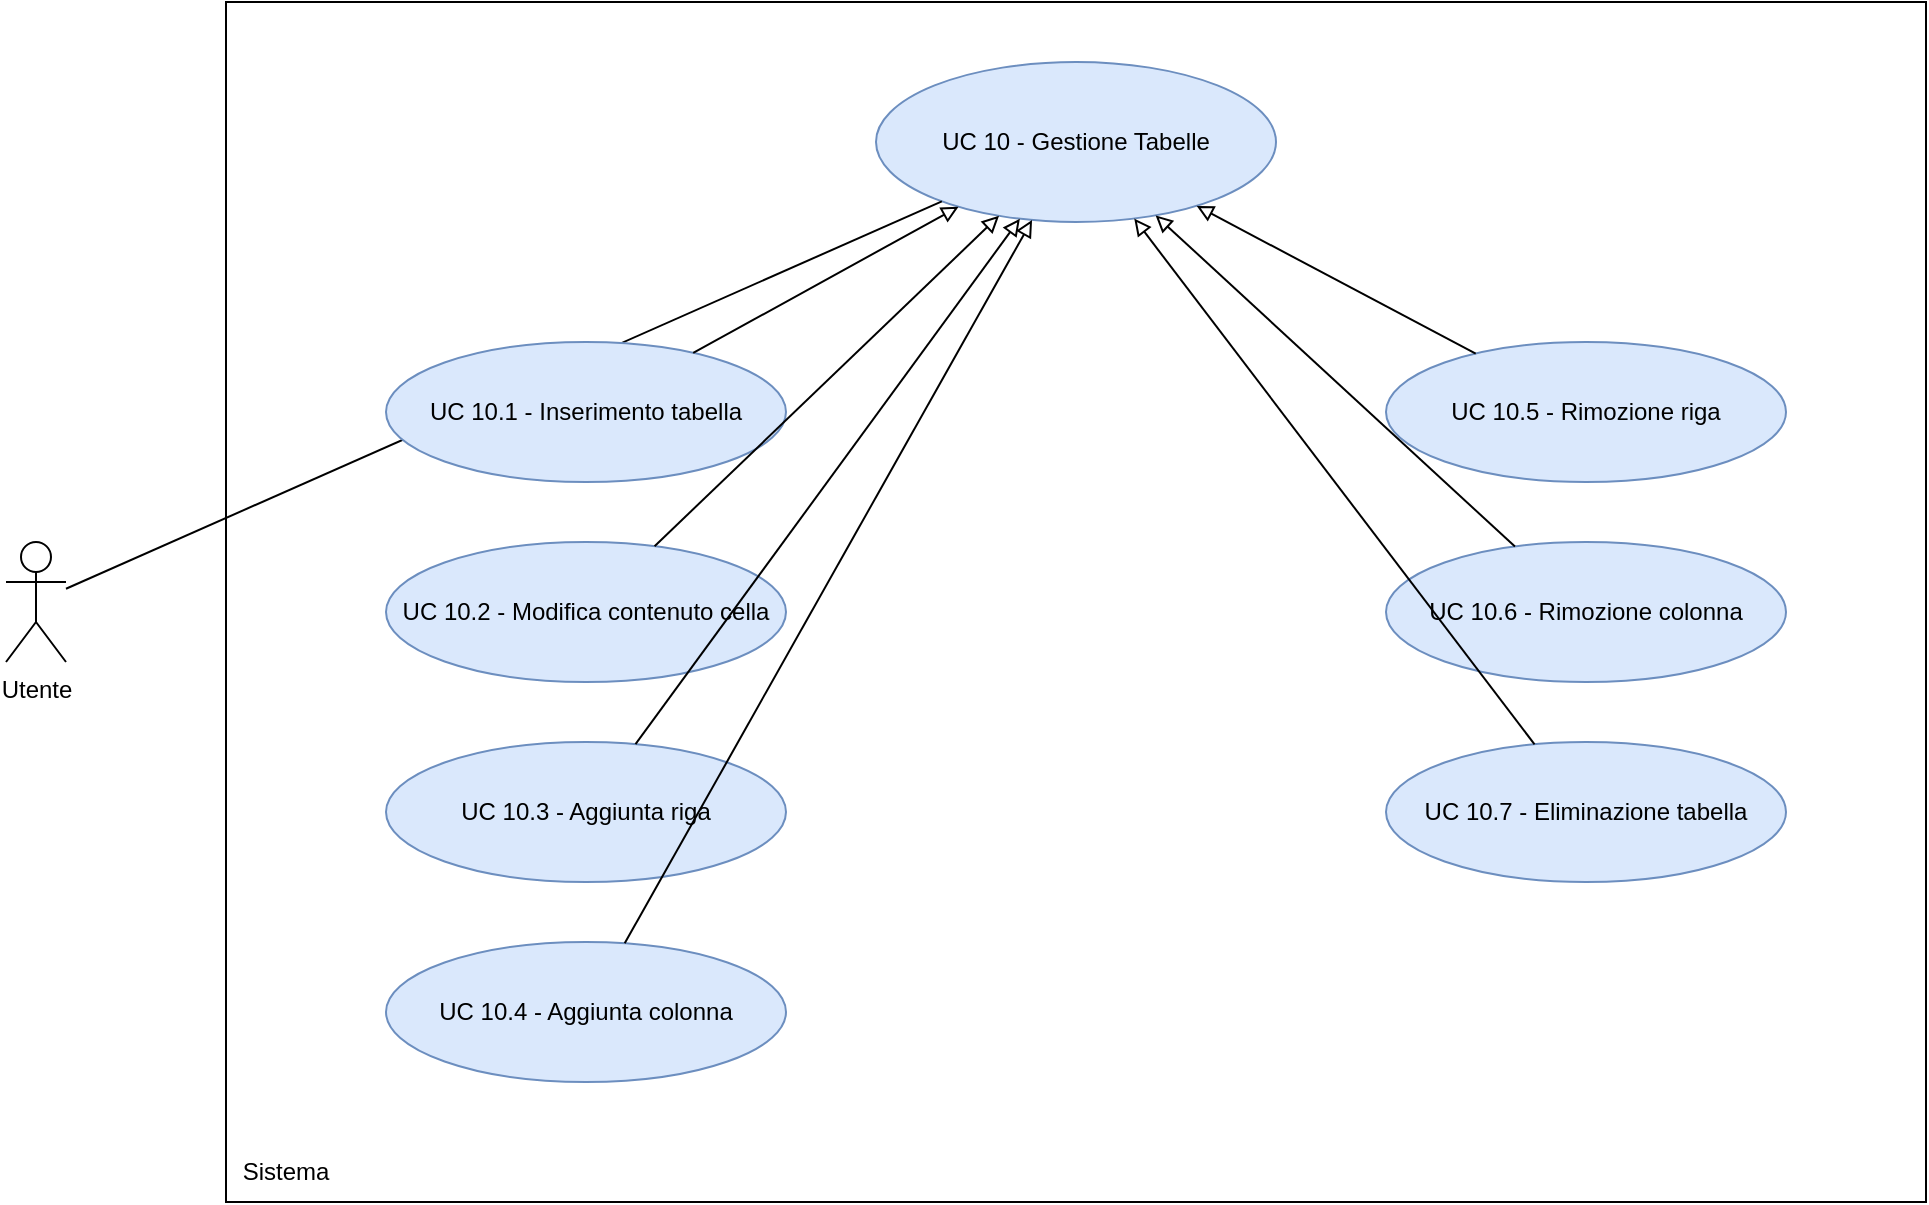
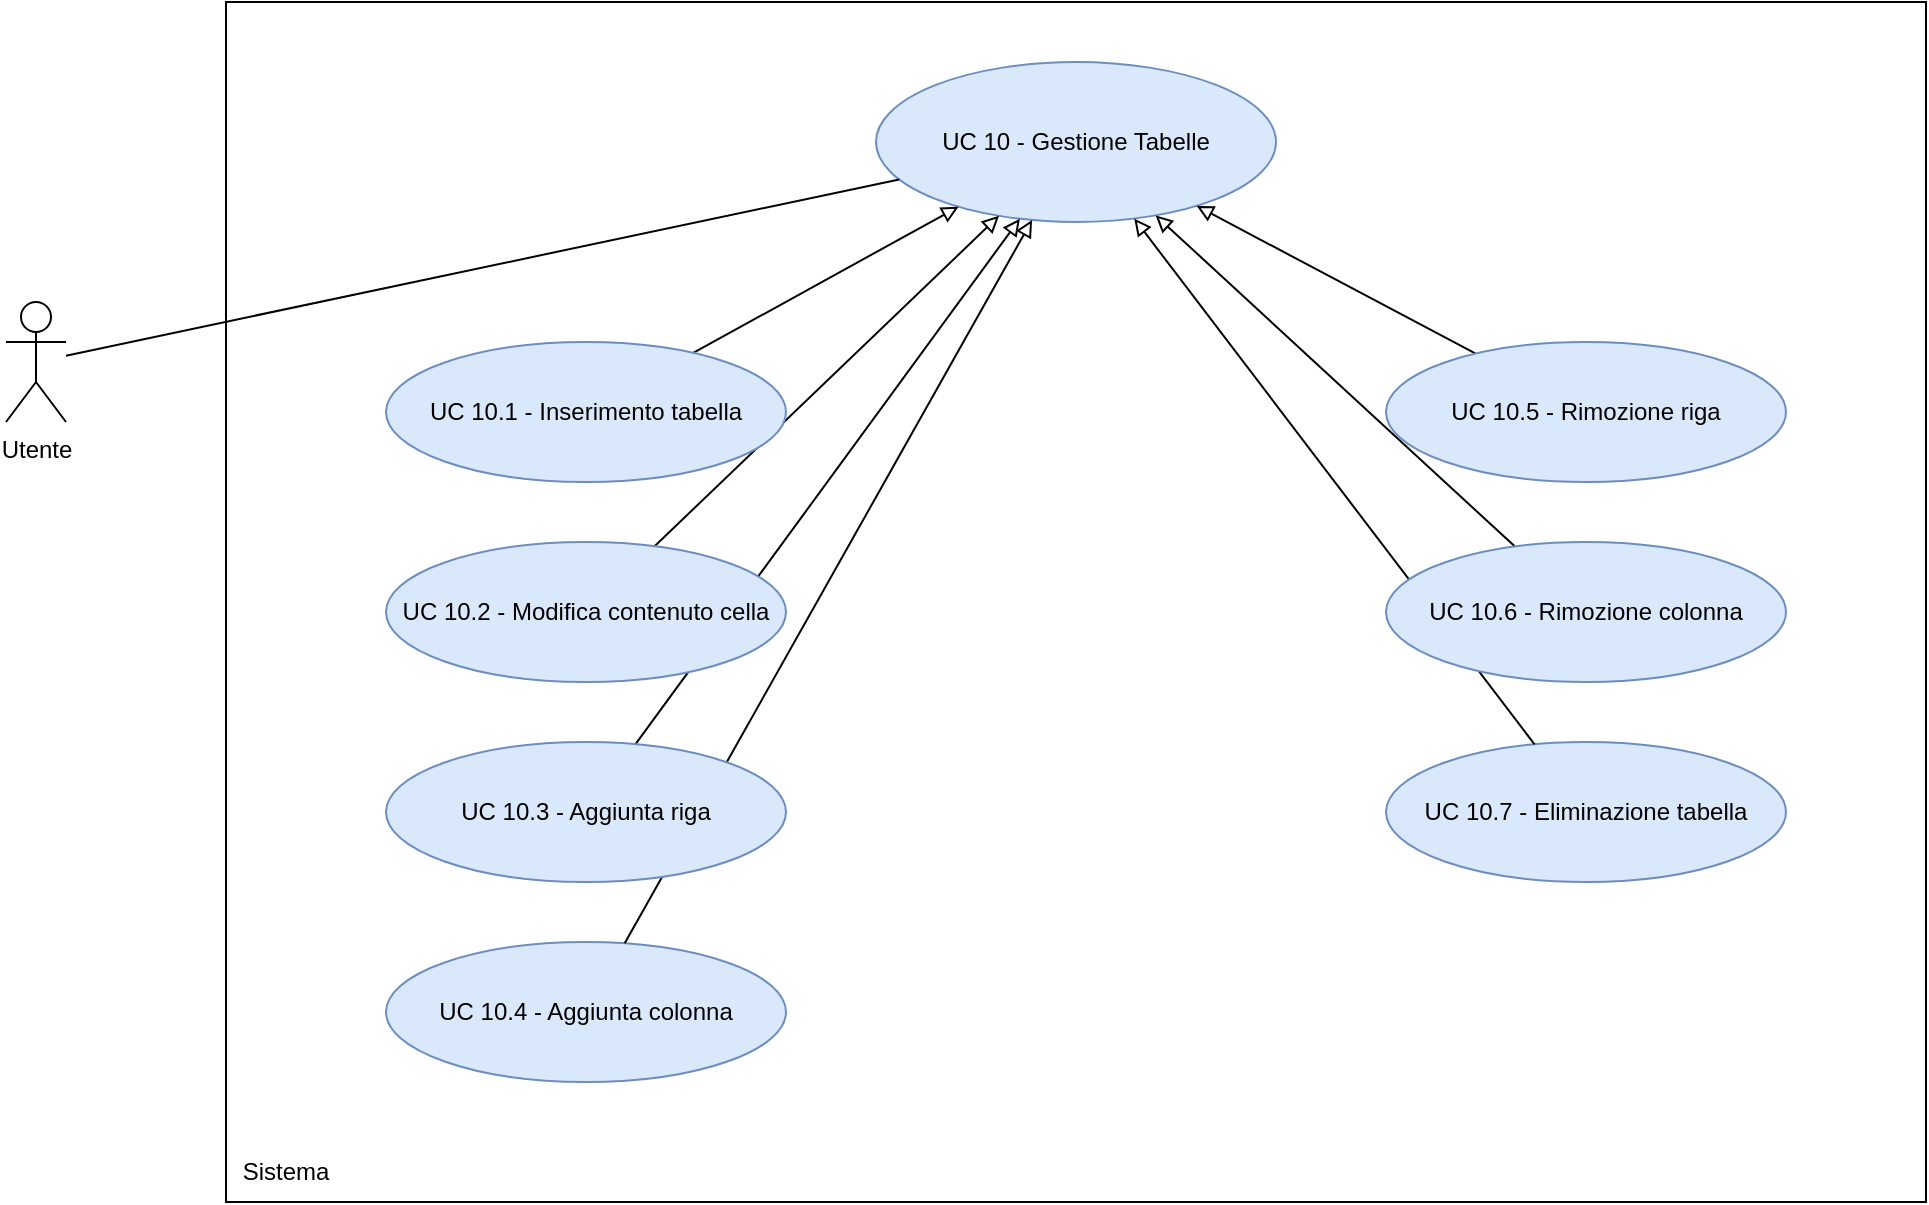
<mxfile host="app.diagrams.net">
  <diagram name="UC 11 - Gestione Codice" id="Kt2Dgr2KxfvWRwyXOeAN">
-     <mxGraphModel dx="1483" dy="1032" grid="1" gridSize="10" guides="1" tooltips="1" connect="1" arrows="1" fold="1" page="1" pageScale="1" pageWidth="850" pageHeight="1100" math="0" shadow="0">
+     <mxGraphModel dx="2484" dy="1032" grid="1" gridSize="10" guides="1" tooltips="1" connect="1" arrows="1" fold="1" page="1" pageScale="1" pageWidth="850" pageHeight="1100" math="0" shadow="0">
      <root>
        <mxCell id="0" />
        <mxCell id="1" parent="0" />
-         <mxCell id="RaLqJGYHGWQkEpiDzxTo-469" parent="1" style="shape=umlActor;verticalLabelPosition=bottom;verticalAlign=top;html=1;outlineConnect=0;" value="Utente" vertex="1">
-           <mxGeometry height="60" width="30" x="50" y="520" as="geometry" />
+         <mxCell id="p2sep0m7qQ60FvVHNfT_-612" parent="1" style="shape=umlActor;verticalLabelPosition=bottom;verticalAlign=top;html=1;outlineConnect=0;" value="Utente" vertex="1">
+           <mxGeometry height="60" width="30" x="-220" y="230" as="geometry" />
        </mxCell>
-         <mxCell id="RaLqJGYHGWQkEpiDzxTo-470" parent="1" style="whiteSpace=wrap;html=1;aspect=fixed;" value="" vertex="1">
-           <mxGeometry height="600" width="850" x="160" y="250" as="geometry" />
+         <mxCell id="p2sep0m7qQ60FvVHNfT_-613" parent="1" style="whiteSpace=wrap;html=1;aspect=fixed;" value="" vertex="1">
+           <mxGeometry height="600" width="850" x="-110" y="80" as="geometry" />
        </mxCell>
-         <mxCell id="RaLqJGYHGWQkEpiDzxTo-471" parent="1" style="text;html=1;whiteSpace=wrap;strokeColor=none;fillColor=none;align=center;verticalAlign=middle;rounded=0;" value="Sistema" vertex="1">
-           <mxGeometry height="30" width="60" x="160" y="820" as="geometry" />
+         <mxCell id="p2sep0m7qQ60FvVHNfT_-614" parent="1" style="text;html=1;whiteSpace=wrap;strokeColor=none;fillColor=none;align=center;verticalAlign=middle;rounded=0;" value="Sistema" vertex="1">
+           <mxGeometry height="30" width="60" x="-110" y="650" as="geometry" />
        </mxCell>
-         <mxCell id="RaLqJGYHGWQkEpiDzxTo-472" parent="1" style="ellipse;whiteSpace=wrap;html=1;fillColor=#dae8fc;strokeColor=#6c8ebf;" value="UC 10 - Gestione Tabelle" vertex="1">
-           <mxGeometry height="80" width="200" x="485" y="280" as="geometry" />
+         <mxCell id="p2sep0m7qQ60FvVHNfT_-615" parent="1" style="ellipse;whiteSpace=wrap;html=1;fillColor=#dae8fc;strokeColor=#6c8ebf;" value="UC 10 - Gestione Tabelle" vertex="1">
+           <mxGeometry height="80" width="200" x="215" y="110" as="geometry" />
        </mxCell>
-         <mxCell id="RaLqJGYHGWQkEpiDzxTo-473" edge="1" parent="1" source="RaLqJGYHGWQkEpiDzxTo-469" style="edgeStyle=none;rounded=0;orthogonalLoop=1;jettySize=auto;html=1;endArrow=none;endFill=0;" target="RaLqJGYHGWQkEpiDzxTo-472">
+         <mxCell id="p2sep0m7qQ60FvVHNfT_-616" edge="1" parent="1" source="p2sep0m7qQ60FvVHNfT_-612" style="edgeStyle=none;rounded=0;orthogonalLoop=1;jettySize=auto;html=1;endArrow=none;endFill=0;" target="p2sep0m7qQ60FvVHNfT_-615">
          <mxGeometry relative="1" as="geometry" />
        </mxCell>
-         <mxCell id="RaLqJGYHGWQkEpiDzxTo-474" parent="1" style="ellipse;whiteSpace=wrap;html=1;fillColor=#dae8fc;strokeColor=#6c8ebf;" value="UC 10.1 - Inserimento tabella" vertex="1">
-           <mxGeometry height="70" width="200" x="240" y="420" as="geometry" />
-         </mxCell>
-         <mxCell id="RaLqJGYHGWQkEpiDzxTo-475" edge="1" parent="1" source="RaLqJGYHGWQkEpiDzxTo-474" style="edgeStyle=none;rounded=0;orthogonalLoop=1;jettySize=auto;html=1;endArrow=block;endFill=0;" target="RaLqJGYHGWQkEpiDzxTo-472">
+         <mxCell id="p2sep0m7qQ60FvVHNfT_-618" edge="1" parent="1" source="p2sep0m7qQ60FvVHNfT_-617" style="edgeStyle=none;rounded=0;orthogonalLoop=1;jettySize=auto;html=1;endArrow=block;endFill=0;" target="p2sep0m7qQ60FvVHNfT_-615">
          <mxGeometry relative="1" as="geometry" />
        </mxCell>
-         <mxCell id="RaLqJGYHGWQkEpiDzxTo-476" parent="1" style="ellipse;whiteSpace=wrap;html=1;fillColor=#dae8fc;strokeColor=#6c8ebf;" value="UC 10.2 - Modifica contenuto cella" vertex="1">
-           <mxGeometry height="70" width="200" x="240" y="520" as="geometry" />
-         </mxCell>
-         <mxCell id="RaLqJGYHGWQkEpiDzxTo-477" edge="1" parent="1" source="RaLqJGYHGWQkEpiDzxTo-476" style="edgeStyle=none;rounded=0;orthogonalLoop=1;jettySize=auto;html=1;endArrow=block;endFill=0;" target="RaLqJGYHGWQkEpiDzxTo-472">
+         <mxCell id="p2sep0m7qQ60FvVHNfT_-620" edge="1" parent="1" source="p2sep0m7qQ60FvVHNfT_-619" style="edgeStyle=none;rounded=0;orthogonalLoop=1;jettySize=auto;html=1;endArrow=block;endFill=0;" target="p2sep0m7qQ60FvVHNfT_-615">
          <mxGeometry relative="1" as="geometry" />
        </mxCell>
-         <mxCell id="RaLqJGYHGWQkEpiDzxTo-478" parent="1" style="ellipse;whiteSpace=wrap;html=1;fillColor=#dae8fc;strokeColor=#6c8ebf;" value="UC 10.3 - Aggiunta riga" vertex="1">
-           <mxGeometry height="70" width="200" x="240" y="620" as="geometry" />
-         </mxCell>
-         <mxCell id="RaLqJGYHGWQkEpiDzxTo-479" edge="1" parent="1" source="RaLqJGYHGWQkEpiDzxTo-478" style="edgeStyle=none;rounded=0;orthogonalLoop=1;jettySize=auto;html=1;endArrow=block;endFill=0;" target="RaLqJGYHGWQkEpiDzxTo-472">
+         <mxCell id="p2sep0m7qQ60FvVHNfT_-622" edge="1" parent="1" source="p2sep0m7qQ60FvVHNfT_-621" style="edgeStyle=none;rounded=0;orthogonalLoop=1;jettySize=auto;html=1;endArrow=block;endFill=0;" target="p2sep0m7qQ60FvVHNfT_-615">
          <mxGeometry relative="1" as="geometry" />
        </mxCell>
-         <mxCell id="RaLqJGYHGWQkEpiDzxTo-480" parent="1" style="ellipse;whiteSpace=wrap;html=1;fillColor=#dae8fc;strokeColor=#6c8ebf;" value="UC 10.4 - Aggiunta colonna" vertex="1">
-           <mxGeometry height="70" width="200" x="240" y="720" as="geometry" />
+         <mxCell id="p2sep0m7qQ60FvVHNfT_-623" parent="1" style="ellipse;whiteSpace=wrap;html=1;fillColor=#dae8fc;strokeColor=#6c8ebf;" value="UC 10.4 - Aggiunta colonna" vertex="1">
+           <mxGeometry height="70" width="200" x="-30" y="550" as="geometry" />
        </mxCell>
-         <mxCell id="RaLqJGYHGWQkEpiDzxTo-481" edge="1" parent="1" source="RaLqJGYHGWQkEpiDzxTo-480" style="edgeStyle=none;rounded=0;orthogonalLoop=1;jettySize=auto;html=1;endArrow=block;endFill=0;" target="RaLqJGYHGWQkEpiDzxTo-472">
+         <mxCell id="p2sep0m7qQ60FvVHNfT_-624" edge="1" parent="1" source="p2sep0m7qQ60FvVHNfT_-623" style="edgeStyle=none;rounded=0;orthogonalLoop=1;jettySize=auto;html=1;endArrow=block;endFill=0;" target="p2sep0m7qQ60FvVHNfT_-615">
          <mxGeometry relative="1" as="geometry" />
        </mxCell>
-         <mxCell id="RaLqJGYHGWQkEpiDzxTo-482" parent="1" style="ellipse;whiteSpace=wrap;html=1;fillColor=#dae8fc;strokeColor=#6c8ebf;" value="UC 10.5 - Rimozione riga" vertex="1">
-           <mxGeometry height="70" width="200" x="740" y="420" as="geometry" />
-         </mxCell>
-         <mxCell id="RaLqJGYHGWQkEpiDzxTo-483" edge="1" parent="1" source="RaLqJGYHGWQkEpiDzxTo-482" style="edgeStyle=none;rounded=0;orthogonalLoop=1;jettySize=auto;html=1;endArrow=block;endFill=0;" target="RaLqJGYHGWQkEpiDzxTo-472">
+         <mxCell id="p2sep0m7qQ60FvVHNfT_-626" edge="1" parent="1" source="p2sep0m7qQ60FvVHNfT_-625" style="edgeStyle=none;rounded=0;orthogonalLoop=1;jettySize=auto;html=1;endArrow=block;endFill=0;" target="p2sep0m7qQ60FvVHNfT_-615">
          <mxGeometry relative="1" as="geometry" />
        </mxCell>
-         <mxCell id="RaLqJGYHGWQkEpiDzxTo-484" parent="1" style="ellipse;whiteSpace=wrap;html=1;fillColor=#dae8fc;strokeColor=#6c8ebf;" value="UC 10.6 - Rimozione colonna" vertex="1">
-           <mxGeometry height="70" width="200" x="740" y="520" as="geometry" />
-         </mxCell>
-         <mxCell id="RaLqJGYHGWQkEpiDzxTo-485" edge="1" parent="1" source="RaLqJGYHGWQkEpiDzxTo-484" style="edgeStyle=none;rounded=0;orthogonalLoop=1;jettySize=auto;html=1;endArrow=block;endFill=0;" target="RaLqJGYHGWQkEpiDzxTo-472">
+         <mxCell id="p2sep0m7qQ60FvVHNfT_-628" edge="1" parent="1" source="p2sep0m7qQ60FvVHNfT_-627" style="edgeStyle=none;rounded=0;orthogonalLoop=1;jettySize=auto;html=1;endArrow=block;endFill=0;" target="p2sep0m7qQ60FvVHNfT_-615">
          <mxGeometry relative="1" as="geometry" />
        </mxCell>
-         <mxCell id="RaLqJGYHGWQkEpiDzxTo-486" parent="1" style="ellipse;whiteSpace=wrap;html=1;fillColor=#dae8fc;strokeColor=#6c8ebf;" value="UC 10.7 - Eliminazione tabella" vertex="1">
-           <mxGeometry height="70" width="200" x="740" y="620" as="geometry" />
+         <mxCell id="p2sep0m7qQ60FvVHNfT_-629" parent="1" style="ellipse;whiteSpace=wrap;html=1;fillColor=#dae8fc;strokeColor=#6c8ebf;" value="UC 10.7 - Eliminazione tabella" vertex="1">
+           <mxGeometry height="70" width="200" x="470" y="450" as="geometry" />
        </mxCell>
-         <mxCell id="RaLqJGYHGWQkEpiDzxTo-487" edge="1" parent="1" source="RaLqJGYHGWQkEpiDzxTo-486" style="edgeStyle=none;rounded=0;orthogonalLoop=1;jettySize=auto;html=1;endArrow=block;endFill=0;" target="RaLqJGYHGWQkEpiDzxTo-472">
+         <mxCell id="p2sep0m7qQ60FvVHNfT_-630" edge="1" parent="1" source="p2sep0m7qQ60FvVHNfT_-629" style="edgeStyle=none;rounded=0;orthogonalLoop=1;jettySize=auto;html=1;endArrow=block;endFill=0;" target="p2sep0m7qQ60FvVHNfT_-615">
          <mxGeometry relative="1" as="geometry" />
+         </mxCell>
+         <mxCell id="p2sep0m7qQ60FvVHNfT_-621" parent="1" style="ellipse;whiteSpace=wrap;html=1;fillColor=#dae8fc;strokeColor=#6c8ebf;" value="UC 10.3 - Aggiunta riga" vertex="1">
+           <mxGeometry height="70" width="200" x="-30" y="450" as="geometry" />
+         </mxCell>
+         <mxCell id="p2sep0m7qQ60FvVHNfT_-619" parent="1" style="ellipse;whiteSpace=wrap;html=1;fillColor=#dae8fc;strokeColor=#6c8ebf;" value="UC 10.2 - Modifica contenuto cella" vertex="1">
+           <mxGeometry height="70" width="200" x="-30" y="350" as="geometry" />
+         </mxCell>
+         <mxCell id="p2sep0m7qQ60FvVHNfT_-617" parent="1" style="ellipse;whiteSpace=wrap;html=1;fillColor=#dae8fc;strokeColor=#6c8ebf;" value="UC 10.1 - Inserimento tabella" vertex="1">
+           <mxGeometry height="70" width="200" x="-30" y="250" as="geometry" />
+         </mxCell>
+         <mxCell id="p2sep0m7qQ60FvVHNfT_-627" parent="1" style="ellipse;whiteSpace=wrap;html=1;fillColor=#dae8fc;strokeColor=#6c8ebf;" value="UC 10.6 - Rimozione colonna" vertex="1">
+           <mxGeometry height="70" width="200" x="470" y="350" as="geometry" />
+         </mxCell>
+         <mxCell id="p2sep0m7qQ60FvVHNfT_-625" parent="1" style="ellipse;whiteSpace=wrap;html=1;fillColor=#dae8fc;strokeColor=#6c8ebf;" value="UC 10.5 - Rimozione riga" vertex="1">
+           <mxGeometry height="70" width="200" x="470" y="250" as="geometry" />
        </mxCell>
      </root>
    </mxGraphModel>
  </diagram>
</mxfile>
